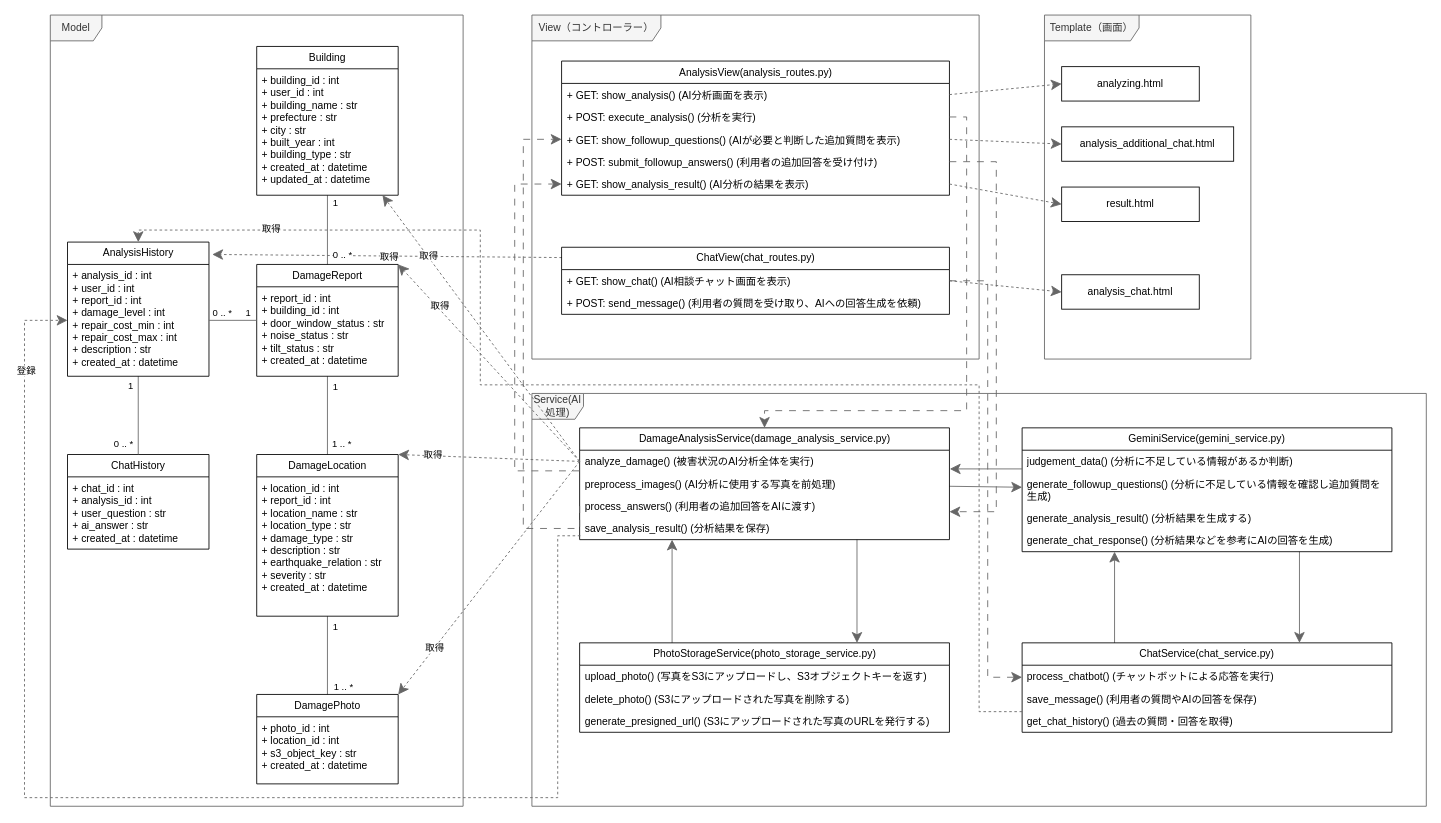
The draw.io diagram page "AI分析" (3 of 5) of 20_システム設計書/図25_クラス.drawio in Kotarou-Tanoue/tanouesoftware, before the edit. Source tidied: cells renumbered, new cells numbered last; positions are measured from the earlier drawing's top-left corner, leaving out a move shared by most shapes. Both pictures are drawn from the tidied source at 86%, with x=0, y=0 at pixel (24, 15).
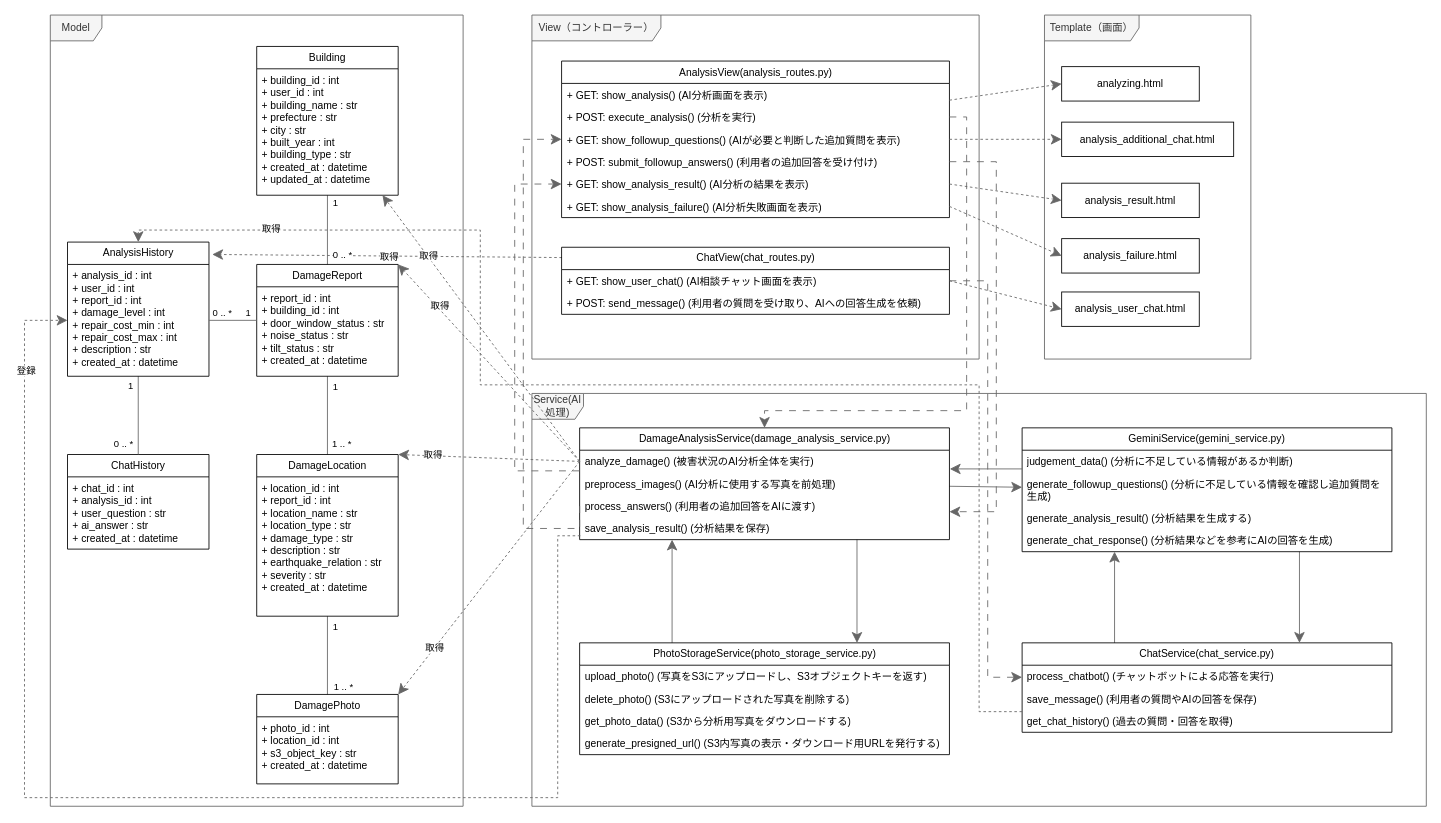
Above is the later version.

The change refers to these unchanged cells:
```xml
<mxCell id="15" value="ChatView(chat_routes.py)" style="swimlane;fontStyle=0;horizontal=1;startSize=26;fillColor=none;whiteSpace=wrap;html=1;" parent="1" vertex="1">
  <mxGeometry x="624.5" y="270" width="451" height="78" as="geometry" />
</mxCell>
```

Change to the diagram source:
```diff
@@
     <mxCell id="6" value="AnalysisView(analysis_routes.py)" style="swimlane;fontStyle=0;horizontal=1;startSize=26;fillColor=none;whiteSpace=wrap;html=1;" parent="1" vertex="1">
-      <mxGeometry x="624.5" y="53.5" width="451" height="156" as="geometry" />
+      <mxGeometry x="624.5" y="53.5" width="451" height="182" as="geometry" />
     </mxCell>
@@
+    <mxCell id="94" value="+ GET:&amp;nbsp;show_analysis_failure() (AI分析失敗画面を表示)" style="text;strokeColor=none;fillColor=none;align=left;verticalAlign=top;spacingLeft=4;spacingRight=4;overflow=hidden;points=[[0,0.5],[1,0.5]];portConstraint=eastwest;whiteSpace=wrap;html=1;" parent="6" vertex="1">
+      <mxGeometry y="156" width="451" height="26" as="geometry" />
+    </mxCell>
@@
-    <mxCell id="16" value="+ GET:&amp;nbsp;show_chat() (AI相談チャット画面を表示)" style="text;strokeColor=none;fillColor=none;align=left;verticalAlign=top;spacingLeft=4;spacingRight=4;overflow=hidden;whiteSpace=wrap;html=1;" parent="15" vertex="1">
+    <mxCell id="16" value="+ GET:&amp;nbsp;show_user_chat() (AI相談チャット画面を表示)" style="text;strokeColor=none;fillColor=none;align=left;verticalAlign=top;spacingLeft=4;spacingRight=4;overflow=hidden;whiteSpace=wrap;html=1;" parent="15" vertex="1">
       <mxGeometry y="26" width="451" height="26" as="geometry" />
     </mxCell>
@@
     <mxCell id="43" value="analysis_additional_chat.html" style="html=1;whiteSpace=wrap;" parent="1" vertex="1">
-      <mxGeometry x="1206" y="130" width="200" height="40" as="geometry" />
+      <mxGeometry x="1206" y="124.5" width="200" height="40" as="geometry" />
     </mxCell>
-    <mxCell id="44" value="result.html" style="html=1;whiteSpace=wrap;" parent="1" vertex="1">
-      <mxGeometry x="1206" y="200" width="160" height="40" as="geometry" />
+    <mxCell id="44" value="analysis_result.html" style="html=1;whiteSpace=wrap;" parent="1" vertex="1">
+      <mxGeometry x="1206" y="195.5" width="160" height="40" as="geometry" />
     </mxCell>
-    <mxCell id="45" value="analysis_chat.html" style="html=1;whiteSpace=wrap;" parent="1" vertex="1">
-      <mxGeometry x="1206" y="302" width="160" height="40" as="geometry" />
+    <mxCell id="45" value="analysis_user_chat.html" style="html=1;whiteSpace=wrap;" parent="1" vertex="1">
+      <mxGeometry x="1206" y="322" width="160" height="40" as="geometry" />
     </mxCell>
@@
     <mxCell id="81" value="PhotoStorageService(photo_storage_service.py)" style="swimlane;fontStyle=0;horizontal=1;startSize=26;fillColor=none;whiteSpace=wrap;html=1;" parent="1" vertex="1">
-      <mxGeometry x="645.5" y="730" width="430" height="104" as="geometry" />
+      <mxGeometry x="645.5" y="730" width="430" height="130" as="geometry" />
     </mxCell>
@@
+    <mxCell id="95" value="get_photo_data() (S3から分析用写真をダウンロードする)" style="text;strokeColor=none;fillColor=none;align=left;verticalAlign=top;spacingLeft=4;spacingRight=4;overflow=hidden;whiteSpace=wrap;html=1;" parent="81" vertex="1">
+      <mxGeometry y="78" width="430" height="26" as="geometry" />
+    </mxCell>
-    <mxCell id="84" value="generate_presigned_url() (S3にアップロードされた写真のURLを発行する)" style="text;strokeColor=none;fillColor=none;align=left;verticalAlign=top;spacingLeft=4;spacingRight=4;overflow=hidden;points=[[0,0.5],[1,0.5]];portConstraint=eastwest;whiteSpace=wrap;html=1;" parent="81" vertex="1">
-      <mxGeometry y="78" width="430" height="26" as="geometry" />
+    <mxCell id="84" value="generate_presigned_url() (S3内写真の表示・ダウンロード用URLを発行する)" style="text;strokeColor=none;fillColor=none;align=left;verticalAlign=top;spacingLeft=4;spacingRight=4;overflow=hidden;points=[[0,0.5],[1,0.5]];portConstraint=eastwest;whiteSpace=wrap;html=1;" parent="81" vertex="1">
+      <mxGeometry y="104" width="430" height="26" as="geometry" />
     </mxCell>
@@
+    <mxCell id="96" value="analysis_failure.html" style="html=1;whiteSpace=wrap;" parent="1" vertex="1">
+      <mxGeometry x="1206" y="260" width="160" height="40" as="geometry" />
+    </mxCell>
+    <mxCell id="97" style="edgeStyle=none;shape=connector;rounded=0;jettySize=auto;html=1;entryX=0;entryY=0.5;entryDx=0;entryDy=0;dashed=1;strokeColor=#666666;align=center;verticalAlign=middle;fontFamily=Helvetica;fontSize=11;fontColor=default;labelBackgroundColor=default;startSize=10;endArrow=classic;endFill=1;endSize=10;fillColor=#ffe6cc;exitX=1;exitY=0.5;exitDx=0;exitDy=0;" parent="1" edge="1" source="94" target="96">
+      <mxGeometry relative="1" as="geometry" />
+    </mxCell>
```
